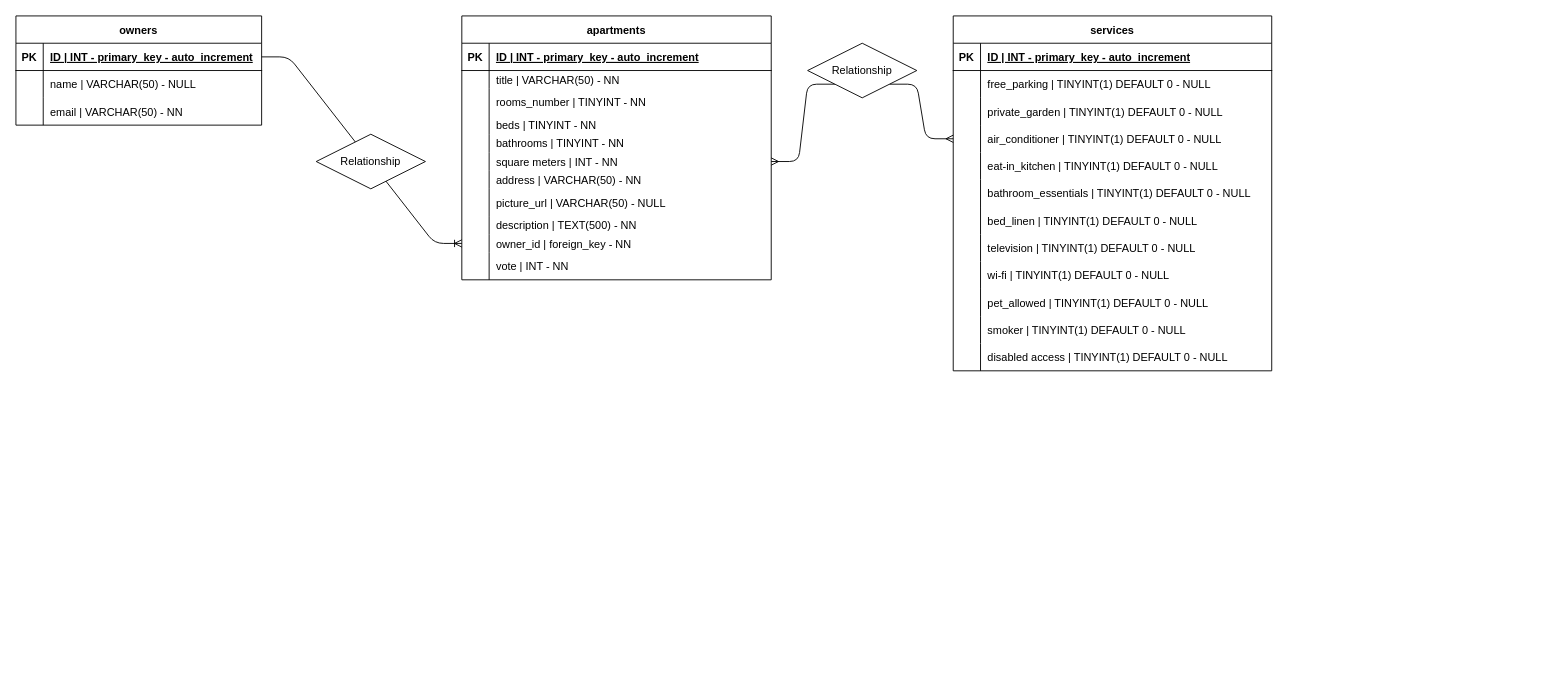
ManuelTrappolini/boolBnb-project-work keeps this draw.io diagram as tables.drawio. Above is the earlier version. Source tidied: cells renumbered, new cells numbered last; positions are measured from the earlier drawing's top-left corner, leaving out a move shared by most shapes. Both pictures are drawn from the tidied source at 91%, with x=0, y=0 at pixel (15, 15).
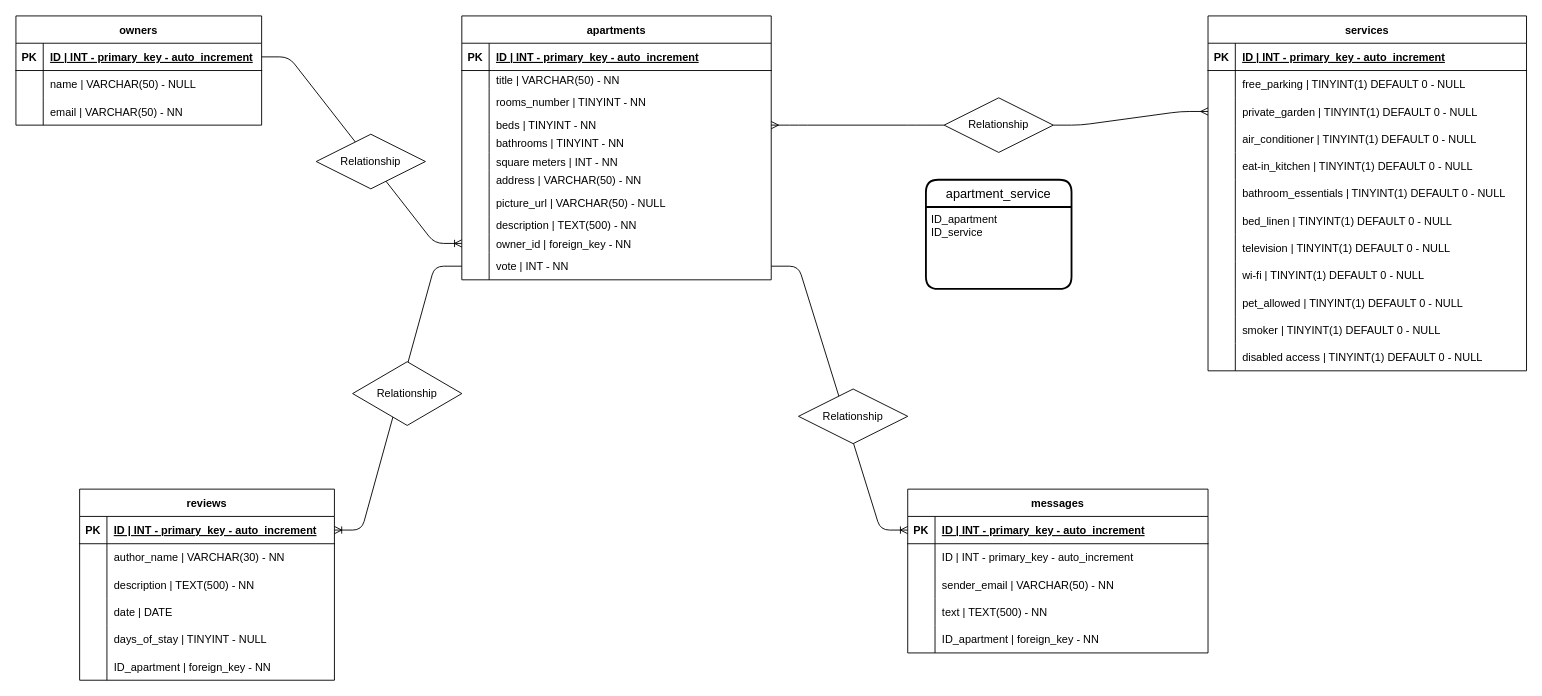
Above is the later version.

Unchanged cells that the change refers to:
```xml
<mxCell id="22" style="shape=tableRow;horizontal=0;startSize=0;swimlaneHead=0;swimlaneBody=0;fillColor=none;points=[[0,0.5],[1,0.5]];portConstraint=eastwest;top=0;left=0;right=0;bottom=0;" parent="12" vertex="1">
  <mxGeometry y="110" width="340" height="20" as="geometry" />
</mxCell>
<mxCell id="28" style="shape=tableRow;horizontal=0;startSize=0;swimlaneHead=0;swimlaneBody=0;fillColor=none;points=[[0,0.5],[1,0.5]];portConstraint=eastwest;top=0;left=0;right=0;bottom=0;" parent="12" vertex="1">
  <mxGeometry y="150" width="340" height="20" as="geometry" />
</mxCell>
<mxCell id="43" style="shape=tableRow;horizontal=0;startSize=0;swimlaneHead=0;swimlaneBody=0;fillColor=none;points=[[0,0.5],[1,0.5]];portConstraint=eastwest;top=0;left=0;right=0;bottom=0;" parent="12" vertex="1">
  <mxGeometry y="260" width="340" height="30" as="geometry" />
</mxCell>
<mxCell id="55" style="shape=tableRow;horizontal=0;startSize=0;swimlaneHead=0;swimlaneBody=0;fillColor=none;points=[[0,0.5],[1,0.5]];portConstraint=eastwest;top=0;left=0;right=0;bottom=0;" parent="48" vertex="1">
  <mxGeometry y="90" width="350" height="30" as="geometry" />
</mxCell>
<mxCell id="58" style="shape=tableRow;horizontal=0;startSize=0;swimlaneHead=0;swimlaneBody=0;fillColor=none;points=[[0,0.5],[1,0.5]];portConstraint=eastwest;top=0;left=0;right=0;bottom=0;" parent="48" vertex="1">
  <mxGeometry y="120" width="350" height="30" as="geometry" />
</mxCell>
```

Change to the diagram source:
```diff
@@
     <mxCell id="48" value="services" style="shape=table;startSize=30;childLayout=tableLayout;rowLines=0;fontStyle=1;align=center;" parent="1" vertex="1">
-      <mxGeometry x="1030" width="350" height="390" as="geometry" />
+      <mxGeometry x="1310" width="350" height="390" as="geometry" />
     </mxCell>
@@
-    <mxCell id="85" style="edgeStyle=entityRelationEdgeStyle;fontSize=12;html=1;endArrow=ERmany;startArrow=none;entryX=0;entryY=0.5;entryDx=0;entryDy=0;exitX=1;exitY=1;exitDx=0;exitDy=0;" parent="1" edge="1" source="87" target="58">
+    <mxCell id="85" style="edgeStyle=entityRelationEdgeStyle;fontSize=12;html=1;endArrow=ERmany;startArrow=none;exitX=1;exitY=0.5;exitDx=0;exitDy=0;entryX=0;entryY=0.5;entryDx=0;entryDy=0;" parent="1" edge="1" source="87" target="55">
       <mxGeometry relative="1" as="geometry" />
     </mxCell>
-    <mxCell id="86" style="edgeStyle=entityRelationEdgeStyle;fontSize=12;html=1;endArrow=none;startArrow=ERmany;entryX=0;entryY=1;entryDx=0;entryDy=0;exitX=1;exitY=0.5;exitDx=0;exitDy=0;" parent="1" edge="1" source="28" target="87">
+    <mxCell id="86" style="edgeStyle=entityRelationEdgeStyle;fontSize=12;html=1;endArrow=none;startArrow=ERmany;entryX=0;entryY=0.5;entryDx=0;entryDy=0;exitX=1;exitY=0.5;exitDx=0;exitDy=0;" parent="1" edge="1" source="22" target="87">
       <mxGeometry relative="1" as="geometry" />
     </mxCell>
     <mxCell id="87" value="Relationship" style="shape=rhombus;perimeter=rhombusPerimeter;whiteSpace=wrap;html=1;align=center;" parent="1" vertex="1">
-      <mxGeometry x="870" y="30" width="120" height="60" as="geometry" />
+      <mxGeometry x="1020" y="90" width="120" height="60" as="geometry" />
     </mxCell>
+    <mxCell id="88" value="apartment_service" style="swimlane;horizontal=1;startSize=30;rounded=1;fontSize=14;fontStyle=0;strokeWidth=2;shadow=0;dashed=0;align=center;" parent="1" vertex="1">
+      <mxGeometry x="1000" y="180" width="160" height="120" as="geometry" />
+    </mxCell>
+    <mxCell id="89" value="ID_apartment&#10;ID_service&#10;" style="align=left;strokeColor=none;fillColor=none;spacingLeft=4;fontSize=12;verticalAlign=top;" parent="88" vertex="1">
+      <mxGeometry y="30" width="160" height="90" as="geometry" />
+    </mxCell>
+    <mxCell id="90" value="reviews" style="shape=table;startSize=30;childLayout=tableLayout;rowLines=0;fontStyle=1;align=center;" parent="1" vertex="1">
+      <mxGeometry x="70" y="520" width="280" height="210" as="geometry" />
+    </mxCell>
+    <mxCell id="91" style="shape=tableRow;horizontal=0;startSize=0;swimlaneHead=0;swimlaneBody=0;fillColor=none;points=[[0,0.5],[1,0.5]];portConstraint=eastwest;top=0;left=0;right=0;bottom=1;" parent="90" vertex="1">
+      <mxGeometry y="30" width="280" height="30" as="geometry" />
+    </mxCell>
+    <mxCell id="92" value="PK" style="shape=partialRectangle;fillColor=none;top=0;left=0;bottom=0;right=0;fontStyle=1;overflow=hidden;" parent="91" vertex="1">
+      <mxGeometry width="30" height="30" as="geometry" />
+    </mxCell>
+    <mxCell id="93" value="ID | INT - primary_key - auto_increment " style="shape=partialRectangle;fillColor=none;top=0;left=0;bottom=0;right=0;align=left;spacingLeft=6;fontStyle=5;overflow=hidden;" parent="91" vertex="1">
+      <mxGeometry x="30" width="250" height="30" as="geometry" />
+    </mxCell>
+    <mxCell id="94" style="shape=tableRow;horizontal=0;startSize=0;swimlaneHead=0;swimlaneBody=0;fillColor=none;top=0;left=0;right=0;bottom=0;" parent="90" vertex="1">
+      <mxGeometry y="60" width="280" height="30" as="geometry" />
+    </mxCell>
+    <mxCell id="95" style="shape=partialRectangle;fillColor=none;top=0;left=0;bottom=0;right=0;overflow=hidden;" parent="94" vertex="1">
+      <mxGeometry width="30" height="30" as="geometry" />
+    </mxCell>
+    <mxCell id="96" value="author_name | VARCHAR(30) - NN" style="shape=partialRectangle;fillColor=none;top=0;left=0;bottom=0;right=0;align=left;spacingLeft=6;overflow=hidden;" parent="94" vertex="1">
+      <mxGeometry x="30" width="250" height="30" as="geometry" />
+    </mxCell>
+    <mxCell id="97" style="shape=tableRow;horizontal=0;startSize=0;swimlaneHead=0;swimlaneBody=0;fillColor=none;top=0;left=0;right=0;bottom=0;" parent="90" vertex="1">
+      <mxGeometry y="90" width="280" height="30" as="geometry" />
+    </mxCell>
+    <mxCell id="98" style="shape=partialRectangle;fillColor=none;top=0;left=0;bottom=0;right=0;overflow=hidden;" parent="97" vertex="1">
+      <mxGeometry width="30" height="30" as="geometry" />
+    </mxCell>
+    <mxCell id="99" value="description | TEXT(500) - NN" style="shape=partialRectangle;fillColor=none;top=0;left=0;bottom=0;right=0;align=left;spacingLeft=6;overflow=hidden;" parent="97" vertex="1">
+      <mxGeometry x="30" width="250" height="30" as="geometry" />
+    </mxCell>
+    <mxCell id="100" style="shape=tableRow;horizontal=0;startSize=0;swimlaneHead=0;swimlaneBody=0;fillColor=none;top=0;left=0;right=0;bottom=0;" parent="90" vertex="1">
+      <mxGeometry y="120" width="280" height="30" as="geometry" />
+    </mxCell>
+    <mxCell id="101" style="shape=partialRectangle;fillColor=none;top=0;left=0;bottom=0;right=0;overflow=hidden;" parent="100" vertex="1">
+      <mxGeometry width="30" height="30" as="geometry" />
+    </mxCell>
+    <mxCell id="102" value="date | DATE" style="shape=partialRectangle;fillColor=none;top=0;left=0;bottom=0;right=0;align=left;spacingLeft=6;overflow=hidden;" parent="100" vertex="1">
+      <mxGeometry x="30" width="250" height="30" as="geometry" />
+    </mxCell>
+    <mxCell id="103" style="shape=tableRow;horizontal=0;startSize=0;swimlaneHead=0;swimlaneBody=0;fillColor=none;top=0;left=0;right=0;bottom=0;" parent="90" vertex="1">
+      <mxGeometry y="150" width="280" height="30" as="geometry" />
+    </mxCell>
+    <mxCell id="104" style="shape=partialRectangle;fillColor=none;top=0;left=0;bottom=0;right=0;overflow=hidden;" parent="103" vertex="1">
+      <mxGeometry width="30" height="30" as="geometry" />
+    </mxCell>
+    <mxCell id="105" value="days_of_stay | TINYINT - NULL" style="shape=partialRectangle;fillColor=none;top=0;left=0;bottom=0;right=0;align=left;spacingLeft=6;overflow=hidden;" parent="103" vertex="1">
+      <mxGeometry x="30" width="250" height="30" as="geometry" />
+    </mxCell>
+    <mxCell id="106" style="shape=tableRow;horizontal=0;startSize=0;swimlaneHead=0;swimlaneBody=0;fillColor=none;top=0;left=0;right=0;bottom=0;" parent="90" vertex="1">
+      <mxGeometry y="180" width="280" height="30" as="geometry" />
+    </mxCell>
+    <mxCell id="107" style="shape=partialRectangle;fillColor=none;top=0;left=0;bottom=0;right=0;overflow=hidden;" parent="106" vertex="1">
+      <mxGeometry width="30" height="30" as="geometry" />
+    </mxCell>
+    <mxCell id="108" value="ID_apartment | foreign_key - NN" style="shape=partialRectangle;fillColor=none;top=0;left=0;bottom=0;right=0;align=left;spacingLeft=6;overflow=hidden;" parent="106" vertex="1">
+      <mxGeometry x="30" width="250" height="30" as="geometry" />
+    </mxCell>
+    <mxCell id="109" value="messages" style="shape=table;startSize=30;childLayout=tableLayout;rowLines=0;fontStyle=1;align=center;" parent="1" vertex="1">
+      <mxGeometry x="980" y="520" width="330" height="180" as="geometry" />
+    </mxCell>
+    <mxCell id="110" style="shape=tableRow;horizontal=0;startSize=0;swimlaneHead=0;swimlaneBody=0;fillColor=none;points=[[0,0.5],[1,0.5]];portConstraint=eastwest;top=0;left=0;right=0;bottom=1;" parent="109" vertex="1">
+      <mxGeometry y="30" width="330" height="30" as="geometry" />
+    </mxCell>
+    <mxCell id="111" value="PK" style="shape=partialRectangle;fillColor=none;top=0;left=0;bottom=0;right=0;fontStyle=1;overflow=hidden;" parent="110" vertex="1">
+      <mxGeometry width="30" height="30" as="geometry" />
+    </mxCell>
+    <mxCell id="112" value="ID | INT - primary_key - auto_increment " style="shape=partialRectangle;fillColor=none;top=0;left=0;bottom=0;right=0;align=left;spacingLeft=6;fontStyle=5;overflow=hidden;" parent="110" vertex="1">
+      <mxGeometry x="30" width="300" height="30" as="geometry" />
+    </mxCell>
+    <mxCell id="113" style="shape=tableRow;horizontal=0;startSize=0;swimlaneHead=0;swimlaneBody=0;fillColor=none;top=0;left=0;right=0;bottom=0;" parent="109" vertex="1">
+      <mxGeometry y="60" width="330" height="30" as="geometry" />
+    </mxCell>
+    <mxCell id="114" style="shape=partialRectangle;fillColor=none;top=0;left=0;bottom=0;right=0;overflow=hidden;" parent="113" vertex="1">
+      <mxGeometry width="30" height="30" as="geometry" />
+    </mxCell>
+    <mxCell id="115" value="ID | INT - primary_key - auto_increment " style="shape=partialRectangle;fillColor=none;top=0;left=0;bottom=0;right=0;align=left;spacingLeft=6;overflow=hidden;" parent="113" vertex="1">
+      <mxGeometry x="30" width="300" height="30" as="geometry" />
+    </mxCell>
+    <mxCell id="116" style="shape=tableRow;horizontal=0;startSize=0;swimlaneHead=0;swimlaneBody=0;fillColor=none;top=0;left=0;right=0;bottom=0;" parent="109" vertex="1">
+      <mxGeometry y="90" width="330" height="30" as="geometry" />
+    </mxCell>
+    <mxCell id="117" style="shape=partialRectangle;fillColor=none;top=0;left=0;bottom=0;right=0;overflow=hidden;" parent="116" vertex="1">
+      <mxGeometry width="30" height="30" as="geometry" />
+    </mxCell>
+    <mxCell id="118" value="sender_email | VARCHAR(50) - NN" style="shape=partialRectangle;fillColor=none;top=0;left=0;bottom=0;right=0;align=left;spacingLeft=6;overflow=hidden;" parent="116" vertex="1">
+      <mxGeometry x="30" width="300" height="30" as="geometry" />
+    </mxCell>
+    <mxCell id="119" style="shape=tableRow;horizontal=0;startSize=0;swimlaneHead=0;swimlaneBody=0;fillColor=none;top=0;left=0;right=0;bottom=0;" parent="109" vertex="1">
+      <mxGeometry y="120" width="330" height="30" as="geometry" />
+    </mxCell>
+    <mxCell id="120" style="shape=partialRectangle;fillColor=none;top=0;left=0;bottom=0;right=0;overflow=hidden;" parent="119" vertex="1">
+      <mxGeometry width="30" height="30" as="geometry" />
+    </mxCell>
+    <mxCell id="121" value="text | TEXT(500) - NN" style="shape=partialRectangle;fillColor=none;top=0;left=0;bottom=0;right=0;align=left;spacingLeft=6;overflow=hidden;" parent="119" vertex="1">
+      <mxGeometry x="30" width="300" height="30" as="geometry" />
+    </mxCell>
+    <mxCell id="122" style="shape=tableRow;horizontal=0;startSize=0;swimlaneHead=0;swimlaneBody=0;fillColor=none;top=0;left=0;right=0;bottom=0;" parent="109" vertex="1">
+      <mxGeometry y="150" width="330" height="30" as="geometry" />
+    </mxCell>
+    <mxCell id="123" style="shape=partialRectangle;fillColor=none;top=0;left=0;bottom=0;right=0;overflow=hidden;" parent="122" vertex="1">
+      <mxGeometry width="30" height="30" as="geometry" />
+    </mxCell>
+    <mxCell id="124" value="ID_apartment | foreign_key - NN" style="shape=partialRectangle;fillColor=none;top=0;left=0;bottom=0;right=0;align=left;spacingLeft=6;overflow=hidden;" parent="122" vertex="1">
+      <mxGeometry x="30" width="300" height="30" as="geometry" />
+    </mxCell>
+    <mxCell id="125" style="edgeStyle=entityRelationEdgeStyle;fontSize=12;html=1;endArrow=ERoneToMany;exitX=0;exitY=0.5;exitDx=0;exitDy=0;entryX=1;entryY=0.5;entryDx=0;entryDy=0;" parent="1" edge="1" source="43" target="91">
+      <mxGeometry relative="1" as="geometry" />
+    </mxCell>
+    <mxCell id="126" value="Relationship" style="shape=rhombus;perimeter=rhombusPerimeter;whiteSpace=wrap;html=1;align=center;" parent="1" vertex="1">
+      <mxGeometry x="370" y="380" width="120" height="70" as="geometry" />
+    </mxCell>
+    <mxCell id="127" style="edgeStyle=entityRelationEdgeStyle;fontSize=12;html=1;endArrow=ERoneToMany;entryX=0;entryY=0.5;entryDx=0;entryDy=0;exitX=1;exitY=0.5;exitDx=0;exitDy=0;" parent="1" edge="1" source="43" target="110">
+      <mxGeometry relative="1" as="geometry" />
+    </mxCell>
+    <mxCell id="128" value="Relationship" style="shape=rhombus;perimeter=rhombusPerimeter;whiteSpace=wrap;html=1;align=center;" parent="1" vertex="1">
+      <mxGeometry x="860" y="410" width="120" height="60" as="geometry" />
+    </mxCell>
```
